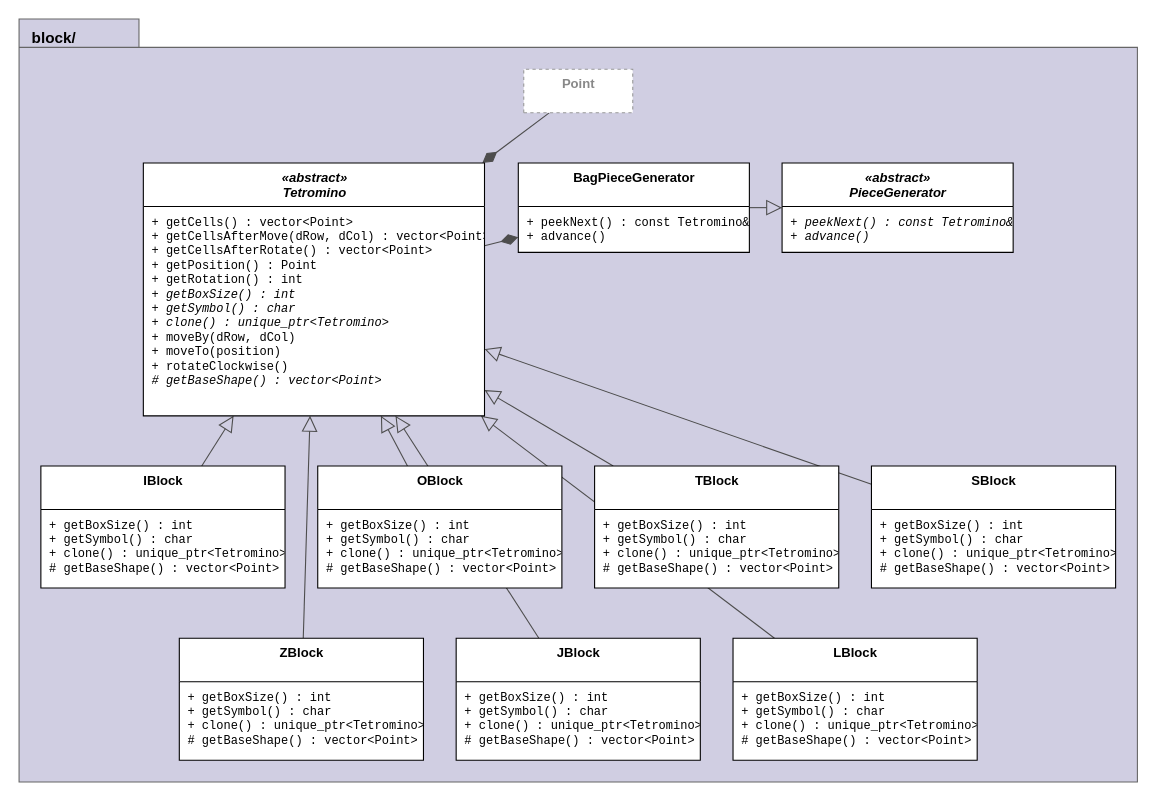
Above: page "block" (3 of 10) of docs/oop-tetris-class-diagram.drawio in taeg2/ku-oop2-tetris (draw.io), before the change. Source tidied: cells renumbered, new cells numbered last; positions are measured from the earlier drawing's top-left corner, leaving out a move shared by most shapes. Both pictures are drawn from the tidied source at 109%, with x=0, y=0 at pixel (19, 19).
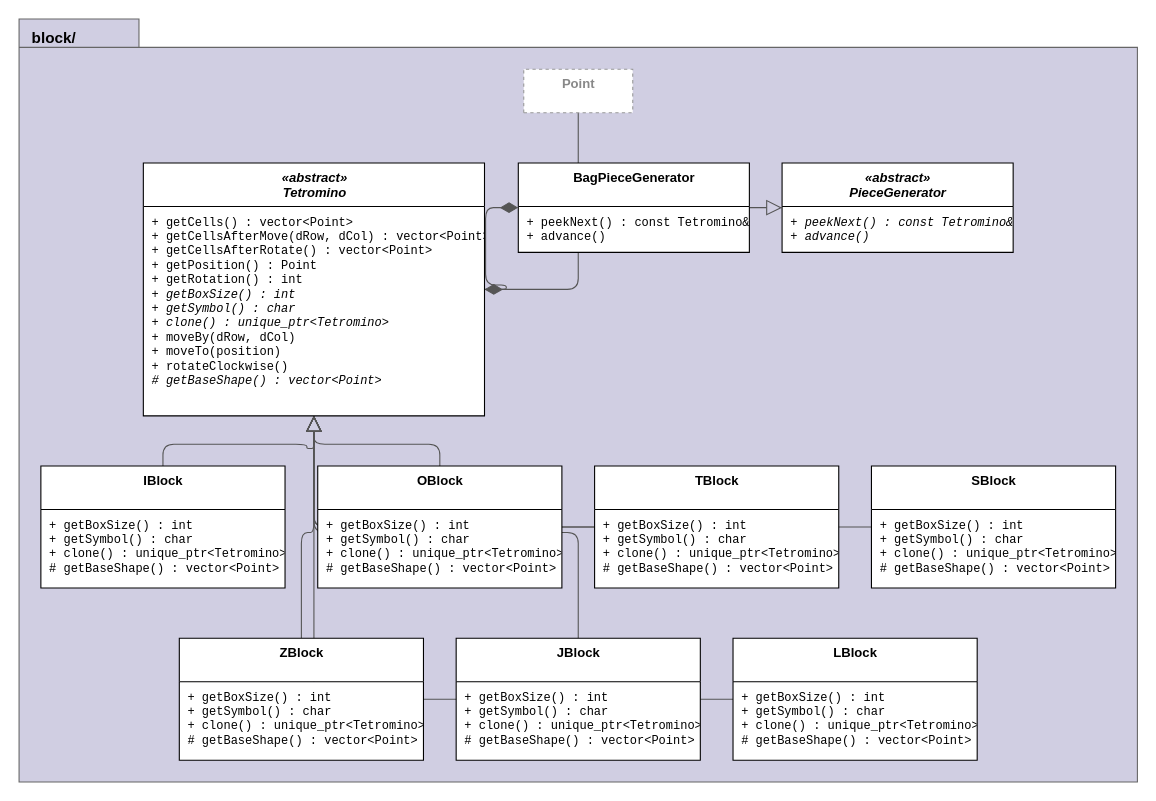
The same diagram, later.

The change refers to these unchanged cells:
```xml
<mxCell id="13" value="Point" style="swimlane;fontStyle=1;align=center;verticalAlign=top;horizontal=1;startSize=40;html=1;fillColor=#ffffff;swimlaneFillColor=#ffffff;dashed=1;fontColor=#888888;strokeColor=#999999;" parent="1" vertex="1">
  <mxGeometry x="463" y="46" width="100" height="40" as="geometry" />
</mxCell>
<mxCell id="14" value="«abstract»&lt;br&gt;Tetromino" style="swimlane;fontStyle=3;align=center;verticalAlign=top;horizontal=1;startSize=40;html=1;fillColor=#ffffff;swimlaneFillColor=#ffffff;" parent="1" vertex="1">
  <mxGeometry x="114" y="132" width="313" height="232" as="geometry" />
</mxCell>
<mxCell id="16" value="BagPieceGenerator" style="swimlane;fontStyle=1;align=center;verticalAlign=top;horizontal=1;startSize=40;html=1;fillColor=#ffffff;swimlaneFillColor=#ffffff;" parent="1" vertex="1">
  <mxGeometry x="458" y="132" width="212" height="82" as="geometry" />
</mxCell>
<mxCell id="18" value="«abstract»&lt;br&gt;PieceGenerator" style="swimlane;fontStyle=3;align=center;verticalAlign=top;horizontal=1;startSize=40;html=1;fillColor=#ffffff;swimlaneFillColor=#ffffff;" parent="1" vertex="1">
  <mxGeometry x="700" y="132" width="212" height="82" as="geometry" />
</mxCell>
<mxCell id="20" value="IBlock" style="swimlane;fontStyle=1;align=center;verticalAlign=top;horizontal=1;startSize=40;html=1;fillColor=#ffffff;swimlaneFillColor=#ffffff;" parent="1" vertex="1">
  <mxGeometry x="20" y="410" width="224" height="112" as="geometry" />
</mxCell>
<mxCell id="22" value="OBlock" style="swimlane;fontStyle=1;align=center;verticalAlign=top;horizontal=1;startSize=40;html=1;fillColor=#ffffff;swimlaneFillColor=#ffffff;" parent="1" vertex="1">
  <mxGeometry x="274" y="410" width="224" height="112" as="geometry" />
</mxCell>
<mxCell id="24" value="TBlock" style="swimlane;fontStyle=1;align=center;verticalAlign=top;horizontal=1;startSize=40;html=1;fillColor=#ffffff;swimlaneFillColor=#ffffff;" parent="1" vertex="1">
  <mxGeometry x="528" y="410" width="224" height="112" as="geometry" />
</mxCell>
<mxCell id="26" value="SBlock" style="swimlane;fontStyle=1;align=center;verticalAlign=top;horizontal=1;startSize=40;html=1;fillColor=#ffffff;swimlaneFillColor=#ffffff;" parent="1" vertex="1">
  <mxGeometry x="782" y="410" width="224" height="112" as="geometry" />
</mxCell>
<mxCell id="28" value="ZBlock" style="swimlane;fontStyle=1;align=center;verticalAlign=top;horizontal=1;startSize=40;html=1;fillColor=#ffffff;swimlaneFillColor=#ffffff;" parent="1" vertex="1">
  <mxGeometry x="147" y="568" width="224" height="112" as="geometry" />
</mxCell>
<mxCell id="30" value="JBlock" style="swimlane;fontStyle=1;align=center;verticalAlign=top;horizontal=1;startSize=40;html=1;fillColor=#ffffff;swimlaneFillColor=#ffffff;" parent="1" vertex="1">
  <mxGeometry x="401" y="568" width="224" height="112" as="geometry" />
</mxCell>
<mxCell id="32" value="LBlock" style="swimlane;fontStyle=1;align=center;verticalAlign=top;horizontal=1;startSize=40;html=1;fillColor=#ffffff;swimlaneFillColor=#ffffff;" parent="1" vertex="1">
  <mxGeometry x="655" y="568" width="224" height="112" as="geometry" />
</mxCell>
```

What changed in the source:
```diff
@@
-    <mxCell id="3" style="edgeStyle=none;rounded=0;html=1;endArrow=block;endFill=0;endSize=12;strokeColor=#4d4d4d;" parent="1" edge="1" source="20" target="14">
+    <mxCell id="3" style="edgeStyle=orthogonalEdgeStyle;rounded=1;html=1;jettySize=auto;strokeColor=#555555;endArrow=block;endFill=0;endSize=12;" parent="1" edge="1" source="20" target="14">
       <mxGeometry relative="1" as="geometry" />
     </mxCell>
-    <mxCell id="4" style="edgeStyle=none;rounded=0;html=1;endArrow=block;endFill=0;endSize=12;strokeColor=#4d4d4d;" parent="1" edge="1" source="22" target="14">
+    <mxCell id="4" style="edgeStyle=orthogonalEdgeStyle;rounded=1;html=1;jettySize=auto;strokeColor=#555555;endArrow=block;endFill=0;endSize=12;" parent="1" edge="1" source="22" target="14">
       <mxGeometry relative="1" as="geometry" />
     </mxCell>
-    <mxCell id="5" style="edgeStyle=none;rounded=0;html=1;endArrow=block;endFill=0;endSize=12;strokeColor=#4d4d4d;" parent="1" edge="1" source="24" target="14">
+    <mxCell id="5" style="edgeStyle=orthogonalEdgeStyle;rounded=1;html=1;jettySize=auto;strokeColor=#555555;endArrow=block;endFill=0;endSize=12;" parent="1" edge="1" source="24" target="14">
       <mxGeometry relative="1" as="geometry" />
     </mxCell>
-    <mxCell id="6" style="edgeStyle=none;rounded=0;html=1;endArrow=block;endFill=0;endSize=12;strokeColor=#4d4d4d;" parent="1" edge="1" source="26" target="14">
+    <mxCell id="6" style="edgeStyle=orthogonalEdgeStyle;rounded=1;html=1;jettySize=auto;strokeColor=#555555;endArrow=block;endFill=0;endSize=12;" parent="1" edge="1" source="26" target="14">
       <mxGeometry relative="1" as="geometry" />
     </mxCell>
-    <mxCell id="7" style="edgeStyle=none;rounded=0;html=1;endArrow=block;endFill=0;endSize=12;strokeColor=#4d4d4d;" parent="1" edge="1" source="28" target="14">
+    <mxCell id="7" style="edgeStyle=orthogonalEdgeStyle;rounded=1;html=1;jettySize=auto;strokeColor=#555555;endArrow=block;endFill=0;endSize=12;" parent="1" edge="1" source="28" target="14">
       <mxGeometry relative="1" as="geometry" />
     </mxCell>
-    <mxCell id="8" style="edgeStyle=none;rounded=0;html=1;endArrow=block;endFill=0;endSize=12;strokeColor=#4d4d4d;" parent="1" edge="1" source="30" target="14">
+    <mxCell id="8" style="edgeStyle=orthogonalEdgeStyle;rounded=1;html=1;jettySize=auto;strokeColor=#555555;endArrow=block;endFill=0;endSize=12;" parent="1" edge="1" source="30" target="14">
       <mxGeometry relative="1" as="geometry" />
     </mxCell>
-    <mxCell id="9" style="edgeStyle=none;rounded=0;html=1;endArrow=block;endFill=0;endSize=12;strokeColor=#4d4d4d;" parent="1" edge="1" source="32" target="14">
+    <mxCell id="9" style="edgeStyle=orthogonalEdgeStyle;rounded=1;html=1;jettySize=auto;strokeColor=#555555;endArrow=block;endFill=0;endSize=12;" parent="1" edge="1" source="32" target="14">
       <mxGeometry relative="1" as="geometry" />
     </mxCell>
-    <mxCell id="10" style="edgeStyle=none;rounded=0;html=1;endArrow=block;endFill=0;endSize=12;strokeColor=#4d4d4d;" parent="1" edge="1" source="16" target="18">
+    <mxCell id="10" style="edgeStyle=orthogonalEdgeStyle;rounded=1;html=1;jettySize=auto;strokeColor=#555555;endArrow=block;endFill=0;endSize=12;" parent="1" edge="1" source="16" target="18">
       <mxGeometry relative="1" as="geometry" />
     </mxCell>
-    <mxCell id="11" style="edgeStyle=none;rounded=0;html=1;startArrow=diamondThin;startFill=1;startSize=14;endArrow=none;strokeColor=#4d4d4d;" parent="1" edge="1" source="14" target="13">
+    <mxCell id="11" style="edgeStyle=orthogonalEdgeStyle;rounded=1;html=1;jettySize=auto;strokeColor=#555555;startArrow=diamondThin;startFill=1;startSize=14;endArrow=none;" parent="1" edge="1" source="14" target="13">
       <mxGeometry relative="1" as="geometry" />
     </mxCell>
-    <mxCell id="12" style="edgeStyle=none;rounded=0;html=1;startArrow=diamondThin;startFill=1;startSize=14;endArrow=none;strokeColor=#4d4d4d;" parent="1" edge="1" source="16" target="14">
+    <mxCell id="12" style="edgeStyle=orthogonalEdgeStyle;rounded=1;html=1;jettySize=auto;strokeColor=#555555;startArrow=diamondThin;startFill=1;startSize=14;endArrow=none;" parent="1" edge="1" source="16" target="14">
       <mxGeometry relative="1" as="geometry" />
     </mxCell>
```
